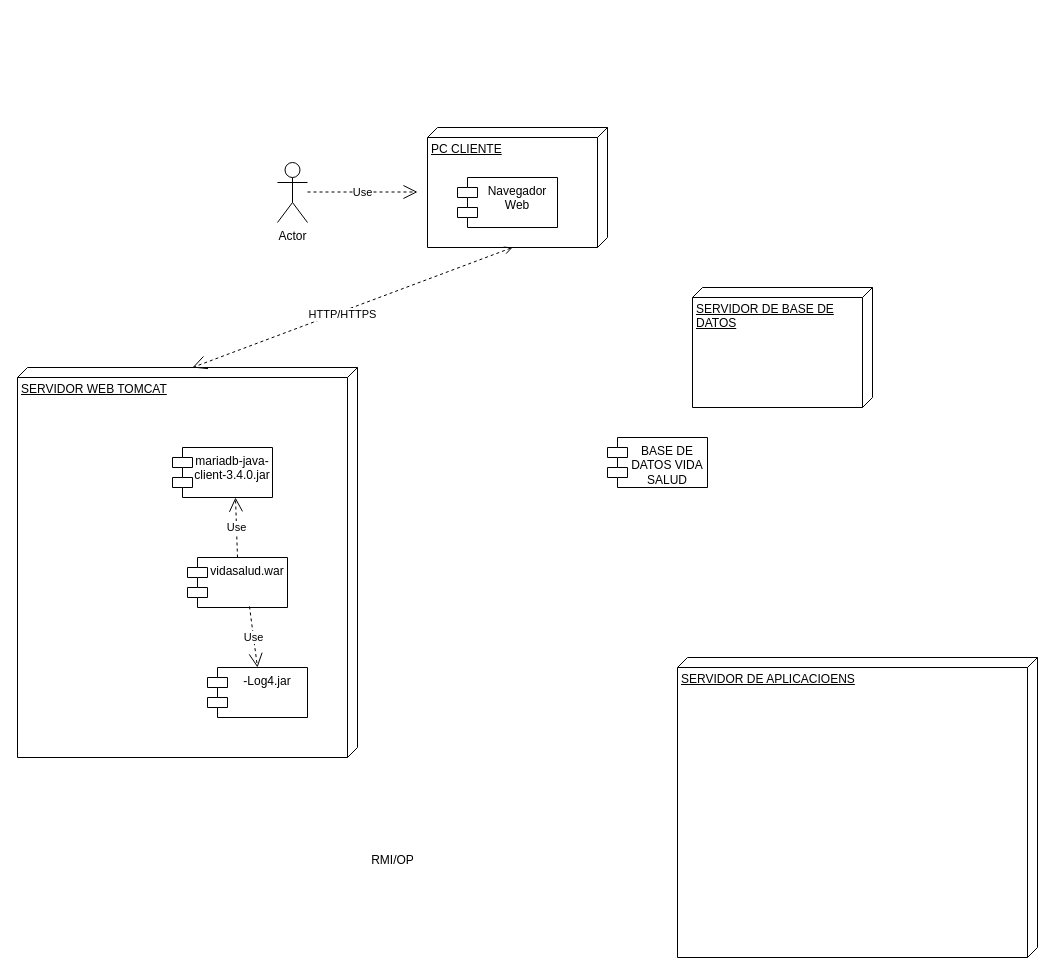
Above: Despliegue.drawio in joaonunez/diagramasClase (draw.io), before the change. Source tidied: cells renumbered, new cells numbered last; positions are measured from the earlier drawing's top-left corner, leaving out a move shared by most shapes. Both pictures are drawn from the tidied source at 100%, with x=0, y=0 at pixel (17, 127).
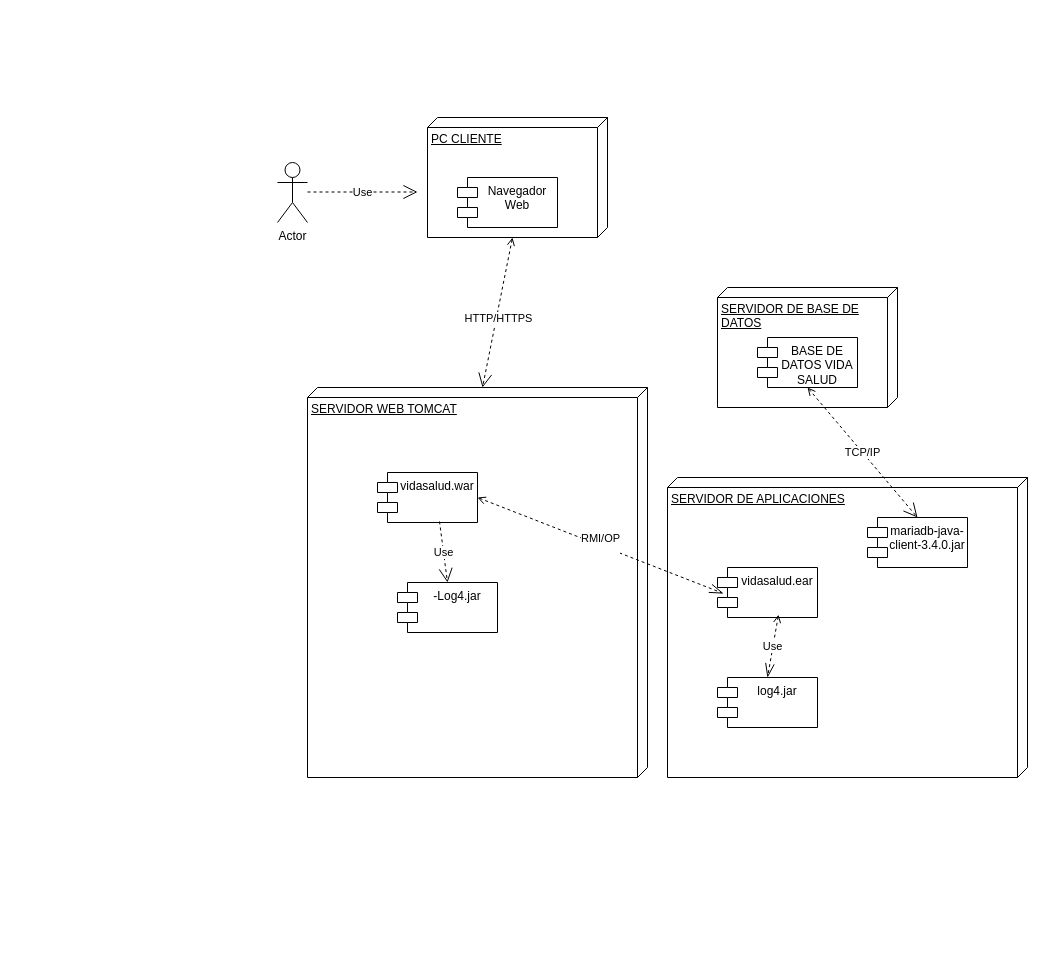
The same diagram, later.

What changed in the source:
```diff
@@
-    <mxCell id="2" value="SERVIDOR DE APLICACIOENS" style="verticalAlign=top;align=left;spacingTop=8;spacingLeft=2;spacingRight=12;shape=cube;size=10;direction=south;fontStyle=4;html=1;whiteSpace=wrap;" parent="1" vertex="1">
-      <mxGeometry x="660" y="530" width="360" height="300" as="geometry" />
+    <mxCell id="2" value="SERVIDOR DE APLICACIONES" style="verticalAlign=top;align=left;spacingTop=8;spacingLeft=2;spacingRight=12;shape=cube;size=10;direction=south;fontStyle=4;html=1;whiteSpace=wrap;" parent="1" vertex="1">
+      <mxGeometry x="650" y="350" width="360" height="300" as="geometry" />
     </mxCell>
-    <mxCell id="3" value="RMI/OP&lt;div&gt;&lt;br&gt;&lt;/div&gt;" style="text;html=1;align=center;verticalAlign=middle;strokeColor=none;fillColor=none;" parent="1" vertex="1">
-      <mxGeometry x="340" y="720" width="70" height="40" as="geometry" />
-    </mxCell>
@@
     <mxCell id="5" value="PC CLIENTE" style="verticalAlign=top;align=left;spacingTop=8;spacingLeft=2;spacingRight=12;shape=cube;size=10;direction=south;fontStyle=4;html=1;whiteSpace=wrap;" parent="1" vertex="1">
-      <mxGeometry x="410" width="180" height="120" as="geometry" />
+      <mxGeometry x="410" y="-10" width="180" height="120" as="geometry" />
     </mxCell>
@@
-    <mxCell id="7" value="SERVIDOR WEB TOMCAT" style="verticalAlign=top;align=left;spacingTop=8;spacingLeft=2;spacingRight=12;shape=cube;size=10;direction=south;fontStyle=4;html=1;whiteSpace=wrap;" parent="1" vertex="1">
-      <mxGeometry y="240" width="340" height="390" as="geometry" />
-    </mxCell>
@@
+    <mxCell id="17" value="SERVIDOR DE BASE DE DATOS" style="verticalAlign=top;align=left;spacingTop=8;spacingLeft=2;spacingRight=12;shape=cube;size=10;direction=south;fontStyle=4;html=1;whiteSpace=wrap;" parent="1" vertex="1">
+      <mxGeometry x="700" y="160" width="180" height="120" as="geometry" />
+    </mxCell>
+    <mxCell id="7" value="SERVIDOR WEB TOMCAT" style="verticalAlign=top;align=left;spacingTop=8;spacingLeft=2;spacingRight=12;shape=cube;size=10;direction=south;fontStyle=4;html=1;whiteSpace=wrap;" parent="1" vertex="1">
+      <mxGeometry x="290" y="260" width="340" height="390" as="geometry" />
+    </mxCell>
+    <mxCell id="18" value="BASE DE DATOS VIDA SALUD" style="shape=module;align=left;spacingLeft=20;align=center;verticalAlign=top;whiteSpace=wrap;html=1;" parent="1" vertex="1">
+      <mxGeometry x="740" y="210" width="100" height="50" as="geometry" />
+    </mxCell>
+    <mxCell id="19" style="group;" parent="1" vertex="1">
+      <mxGeometry x="700" y="440" width="100" height="160" as="geometry" />
+    </mxCell>
+    <mxCell id="20" value="vidasalud.ear" style="shape=module;align=left;spacingLeft=20;align=center;verticalAlign=top;whiteSpace=wrap;html=1;" parent="19" vertex="1">
+      <mxGeometry width="100" height="50" as="geometry" />
+    </mxCell>
+    <mxCell id="21" value="log4.jar" style="shape=module;align=left;spacingLeft=20;align=center;verticalAlign=top;whiteSpace=wrap;html=1;" parent="19" vertex="1">
+      <mxGeometry y="110" width="100" height="50" as="geometry" />
+    </mxCell>
+    <mxCell id="15" value="Use" style="endArrow=openThin;endSize=12;dashed=1;html=1;rounded=0;startArrow=open;startFill=0;endFill=0;exitX=0.61;exitY=0.943;exitDx=0;exitDy=0;exitPerimeter=0;entryX=0.5;entryY=0;entryDx=0;entryDy=0;" parent="19" edge="1" source="20" target="21">
+      <mxGeometry relative="1" as="geometry" />
+    </mxCell>
+    <mxCell id="22" value="RMI/OP&lt;div&gt;&lt;br style=&quot;font-size: 12px; background-color: rgb(251, 251, 251);&quot;&gt;&lt;/div&gt;" style="endArrow=openThin;endSize=12;dashed=1;html=1;rounded=0;startArrow=open;startFill=0;endFill=0;exitX=1;exitY=0.5;exitDx=0;exitDy=0;entryX=0.06;entryY=0.52;entryDx=0;entryDy=0;entryPerimeter=0;" parent="1" edge="1" source="14" target="20">
+      <mxGeometry relative="1" as="geometry" />
+    </mxCell>
+    <mxCell id="23" style="group;" parent="1" vertex="1">
+      <mxGeometry x="300" y="-110" width="160" height="305" as="geometry" />
+    </mxCell>
+    <mxCell id="3" value="&lt;div&gt;&lt;br&gt;&lt;/div&gt;" style="text;html=1;align=center;verticalAlign=middle;strokeColor=none;fillColor=none;" parent="23" vertex="1">
+      <mxGeometry width="20" height="30" as="geometry" />
+    </mxCell>
-    <mxCell id="11" style="group;" parent="1" vertex="1">
-      <mxGeometry x="155" y="320" width="135" height="270" as="geometry" />
+    <mxCell id="11" style="group;" parent="23" vertex="1">
+      <mxGeometry x="80" y="340" width="135" height="300" as="geometry" />
     </mxCell>
+    <mxCell id="24" style="group;" parent="11" vertex="1">
+      <mxGeometry x="-35" y="5" width="135" height="270" as="geometry" />
+    </mxCell>
-    <mxCell id="12" value="-Log4.jar" style="shape=module;align=left;spacingLeft=20;align=center;verticalAlign=top;whiteSpace=wrap;html=1;" parent="11" vertex="1">
+    <mxCell id="12" value="-Log4.jar" style="shape=module;align=left;spacingLeft=20;align=center;verticalAlign=top;whiteSpace=wrap;html=1;" parent="24" vertex="1">
       <mxGeometry x="35" y="220" width="100" height="50" as="geometry" />
     </mxCell>
+    <mxCell id="14" value="vidasalud.war" style="shape=module;align=left;spacingLeft=20;align=center;verticalAlign=top;whiteSpace=wrap;html=1;" parent="24" vertex="1">
+      <mxGeometry x="15" y="110" width="100" height="50" as="geometry" />
+    </mxCell>
+    <mxCell id="16" value="Use" style="endArrow=open;endSize=12;dashed=1;html=1;rounded=0;exitX=0.62;exitY=0.98;exitDx=0;exitDy=0;exitPerimeter=0;entryX=0.5;entryY=0;entryDx=0;entryDy=0;" parent="24" edge="1" source="14" target="12">
+      <mxGeometry relative="1" as="geometry" />
+    </mxCell>
+    <mxCell id="25" value="TCP/IP" style="endArrow=open;endSize=12;dashed=1;html=1;rounded=0;entryX=0.5;entryY=0;entryDx=0;entryDy=0;exitX=0.5;exitY=1;exitDx=0;exitDy=0;startArrow=open;startFill=0;" parent="1" edge="1" source="18" target="13">
+      <mxGeometry relative="1" as="geometry" />
+    </mxCell>
-    <mxCell id="13" value="mariadb-java-client-3.4.0.jar" style="shape=module;align=left;spacingLeft=20;align=center;verticalAlign=top;whiteSpace=wrap;html=1;" parent="11" vertex="1">
-      <mxGeometry width="100" height="50" as="geometry" />
+    <mxCell id="13" value="mariadb-java-client-3.4.0.jar" style="shape=module;align=left;spacingLeft=20;align=center;verticalAlign=top;whiteSpace=wrap;html=1;" parent="1" vertex="1">
+      <mxGeometry x="850" y="390" width="100" height="50" as="geometry" />
     </mxCell>
-    <mxCell id="14" value="vidasalud.war" style="shape=module;align=left;spacingLeft=20;align=center;verticalAlign=top;whiteSpace=wrap;html=1;" parent="11" vertex="1">
-      <mxGeometry x="15" y="110" width="100" height="50" as="geometry" />
-    </mxCell>
-    <mxCell id="15" value="Use" style="endArrow=open;endSize=12;dashed=1;html=1;rounded=0;exitX=0.5;exitY=0;exitDx=0;exitDy=0;entryX=0.63;entryY=1;entryDx=0;entryDy=0;entryPerimeter=0;" parent="11" edge="1" source="14" target="13">
-      <mxGeometry relative="1" as="geometry" />
-    </mxCell>
-    <mxCell id="16" value="Use" style="endArrow=open;endSize=12;dashed=1;html=1;rounded=0;exitX=0.62;exitY=0.98;exitDx=0;exitDy=0;exitPerimeter=0;entryX=0.5;entryY=0;entryDx=0;entryDy=0;" parent="11" edge="1" source="14" target="12">
-      <mxGeometry relative="1" as="geometry" />
-    </mxCell>
-    <mxCell id="17" value="SERVIDOR DE BASE DE DATOS" style="verticalAlign=top;align=left;spacingTop=8;spacingLeft=2;spacingRight=12;shape=cube;size=10;direction=south;fontStyle=4;html=1;whiteSpace=wrap;" parent="1" vertex="1">
-      <mxGeometry x="675" y="160" width="180" height="120" as="geometry" />
-    </mxCell>
-    <mxCell id="18" value="BASE DE DATOS VIDA SALUD" style="shape=module;align=left;spacingLeft=20;align=center;verticalAlign=top;whiteSpace=wrap;html=1;" parent="1" vertex="1">
-      <mxGeometry x="590" y="310" width="100" height="50" as="geometry" />
-    </mxCell>
```
